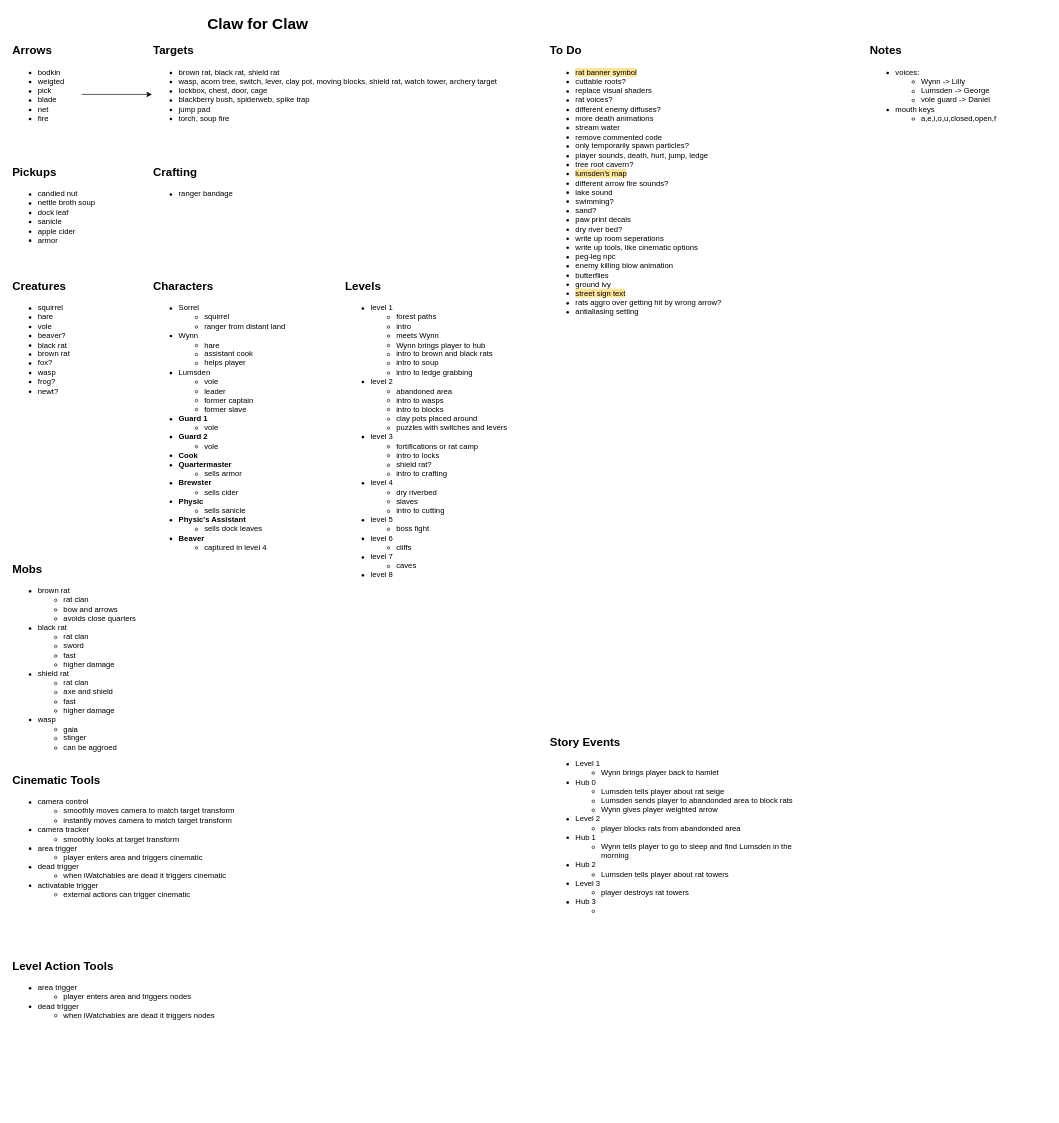
This is Planning/design-doc.drawio from camerondedore/Godot-Project-3, a draw.io file, before an edit. Source tidied: cells renumbered, new cells numbered last; positions are measured from the earlier drawing's top-left corner, leaving out a move shared by most shapes. Both pictures are drawn from the tidied source at 64%, with x=0, y=0 at pixel (11, 11).
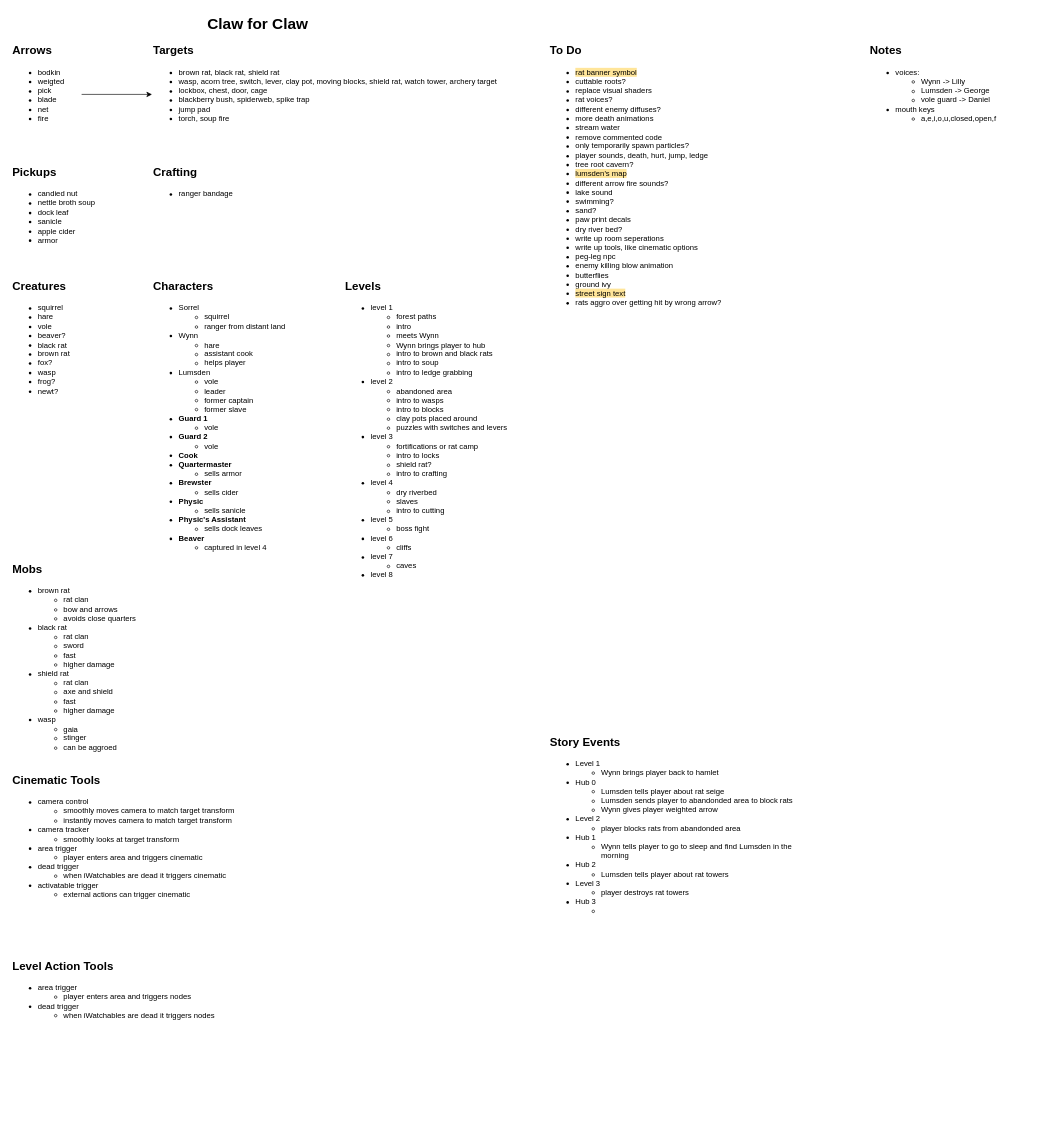
After the change.

Commit message (it also covers changes not shown here):
adding antialiasing settings

The edit, as a diff of the source:
```diff
@@
-    <mxCell id="19" value="&lt;ul&gt;&lt;li&gt;&lt;span style=&quot;background-color: rgb(255, 229, 153);&quot;&gt;rat banner symbol&lt;/span&gt;&lt;/li&gt;&lt;li&gt;cuttable roots?&lt;/li&gt;&lt;li&gt;replace visual shaders&lt;/li&gt;&lt;li&gt;rat voices?&lt;/li&gt;&lt;li&gt;different enemy diffuses?&lt;/li&gt;&lt;li&gt;more death animations&lt;/li&gt;&lt;li&gt;&lt;span style=&quot;background-color: transparent; color: light-dark(rgb(0, 0, 0), rgb(255, 255, 255));&quot;&gt;stream water&lt;/span&gt;&lt;br&gt;&lt;/li&gt;&lt;li&gt;remove commented code&lt;/li&gt;&lt;li&gt;only temporarily spawn particles?&lt;/li&gt;&lt;li&gt;player sounds, death, hurt, jump, ledge&lt;/li&gt;&lt;li&gt;tree root cavern?&lt;/li&gt;&lt;li&gt;&lt;font style=&quot;color: rgb(0, 0, 0); background-color: rgb(255, 229, 153);&quot;&gt;lumsden's map&lt;/font&gt;&lt;/li&gt;&lt;li&gt;different arrow fire sounds?&lt;/li&gt;&lt;li&gt;lake sound&lt;/li&gt;&lt;li&gt;swimming?&lt;/li&gt;&lt;li&gt;&lt;span&gt;sand&lt;/span&gt;?&lt;/li&gt;&lt;li&gt;paw print decals&lt;/li&gt;&lt;li&gt;dry river bed?&lt;/li&gt;&lt;li&gt;write up room seperations&lt;/li&gt;&lt;li&gt;write up tools, like cinematic options&lt;/li&gt;&lt;li&gt;peg-leg npc&lt;/li&gt;&lt;li&gt;enemy killing blow animation&lt;/li&gt;&lt;li&gt;butterflies&lt;/li&gt;&lt;li&gt;ground ivy&lt;/li&gt;&lt;li&gt;&lt;span style=&quot;background-color: rgb(255, 229, 153);&quot;&gt;street sign text&lt;/span&gt;&lt;/li&gt;&lt;li&gt;&lt;span&gt;rats aggro over getting hit by wrong arrow?&lt;/span&gt;&lt;/li&gt;&lt;li&gt;&lt;span&gt;antialiasing setting&lt;/span&gt;&lt;/li&gt;&lt;/ul&gt;" style="text;html=1;align=left;verticalAlign=top;whiteSpace=wrap;rounded=0;" parent="1" vertex="1">
+    <mxCell id="19" value="&lt;ul&gt;&lt;li&gt;&lt;span style=&quot;background-color: rgb(255, 229, 153);&quot;&gt;rat banner symbol&lt;/span&gt;&lt;/li&gt;&lt;li&gt;cuttable roots?&lt;/li&gt;&lt;li&gt;replace visual shaders&lt;/li&gt;&lt;li&gt;rat voices?&lt;/li&gt;&lt;li&gt;different enemy diffuses?&lt;/li&gt;&lt;li&gt;more death animations&lt;/li&gt;&lt;li&gt;&lt;span style=&quot;background-color: transparent; color: light-dark(rgb(0, 0, 0), rgb(255, 255, 255));&quot;&gt;stream water&lt;/span&gt;&lt;br&gt;&lt;/li&gt;&lt;li&gt;remove commented code&lt;/li&gt;&lt;li&gt;only temporarily spawn particles?&lt;/li&gt;&lt;li&gt;player sounds, death, hurt, jump, ledge&lt;/li&gt;&lt;li&gt;tree root cavern?&lt;/li&gt;&lt;li&gt;&lt;font style=&quot;color: rgb(0, 0, 0); background-color: rgb(255, 229, 153);&quot;&gt;lumsden's map&lt;/font&gt;&lt;/li&gt;&lt;li&gt;different arrow fire sounds?&lt;/li&gt;&lt;li&gt;lake sound&lt;/li&gt;&lt;li&gt;swimming?&lt;/li&gt;&lt;li&gt;&lt;span&gt;sand&lt;/span&gt;?&lt;/li&gt;&lt;li&gt;paw print decals&lt;/li&gt;&lt;li&gt;dry river bed?&lt;/li&gt;&lt;li&gt;write up room seperations&lt;/li&gt;&lt;li&gt;write up tools, like cinematic options&lt;/li&gt;&lt;li&gt;peg-leg npc&lt;/li&gt;&lt;li&gt;enemy killing blow animation&lt;/li&gt;&lt;li&gt;butterflies&lt;/li&gt;&lt;li&gt;ground ivy&lt;/li&gt;&lt;li&gt;&lt;span style=&quot;background-color: rgb(255, 229, 153);&quot;&gt;street sign text&lt;/span&gt;&lt;/li&gt;&lt;li&gt;&lt;span&gt;rats aggro over getting hit by wrong arrow?&lt;/span&gt;&lt;/li&gt;&lt;/ul&gt;" style="text;html=1;align=left;verticalAlign=top;whiteSpace=wrap;rounded=0;" parent="1" vertex="1">
       <mxGeometry x="840" y="70" width="280" height="440" as="geometry" />
     </mxCell>
```
